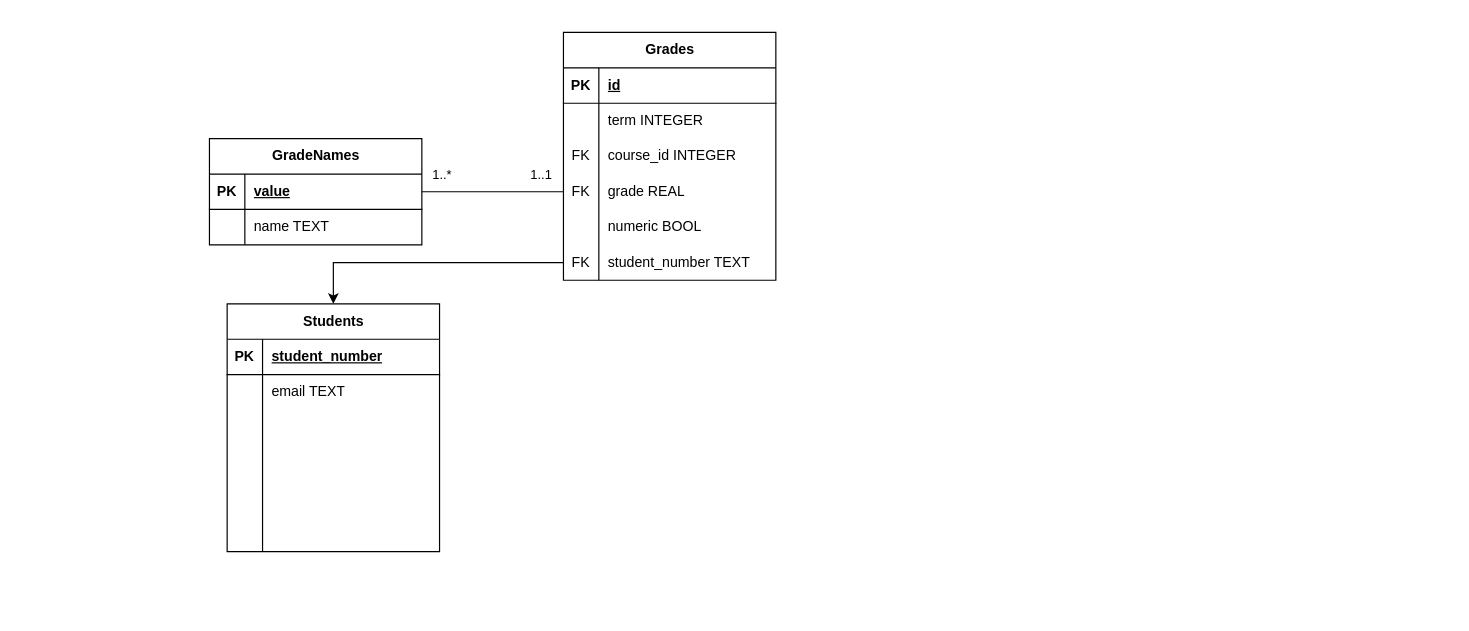
Earlier version of the draw.io diagram amis.drawio (eliedrian/amis-checklist). Source tidied: cells renumbered, new cells numbered last; positions are measured from the earlier drawing's top-left corner, leaving out a move shared by most shapes. Both pictures are drawn from the tidied source at 118%, with x=0, y=0 at pixel (209, 32).
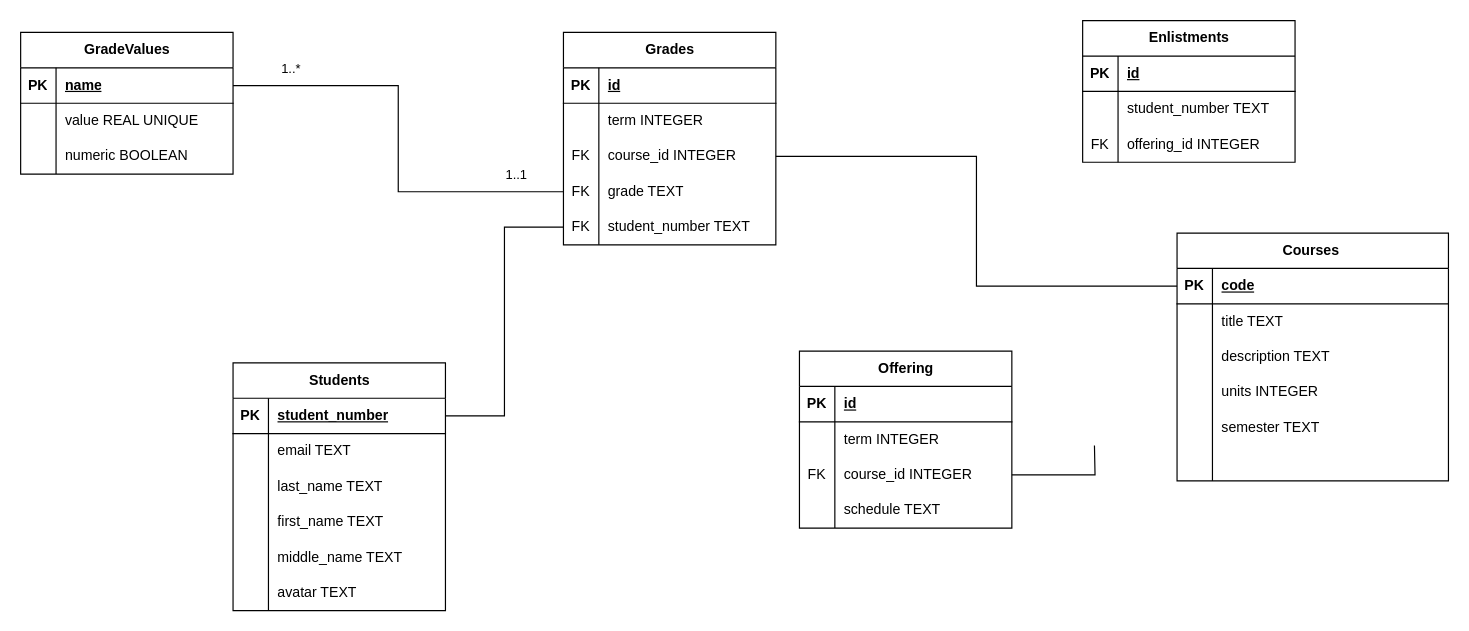
The same page after the edit.

The change refers to these unchanged cells:
```xml
<mxCell id="13" style="shape=tableRow;horizontal=0;startSize=0;swimlaneHead=0;swimlaneBody=0;fillColor=none;points=[[0,0.5],[1,0.5]];portConstraint=eastwest;top=0;left=0;right=0;bottom=0;" parent="6" vertex="1">
  <mxGeometry y="90" width="180" height="30" as="geometry" />
</mxCell>
<mxCell id="16" style="shape=tableRow;horizontal=0;startSize=0;swimlaneHead=0;swimlaneBody=0;fillColor=none;points=[[0,0.5],[1,0.5]];portConstraint=eastwest;top=0;left=0;right=0;bottom=0;" parent="6" vertex="1">
  <mxGeometry y="120" width="180" height="30" as="geometry" />
</mxCell>
<mxCell id="26" style="shape=tableRow;horizontal=0;startSize=0;swimlaneHead=0;swimlaneBody=0;fillColor=none;points=[[0,0.5],[1,0.5]];portConstraint=eastwest;top=0;left=0;right=0;bottom=1;" parent="25" vertex="1">
  <mxGeometry y="30" width="180" height="30" as="geometry" />
</mxCell>
<mxCell id="29" style="shape=tableRow;horizontal=0;startSize=0;swimlaneHead=0;swimlaneBody=0;fillColor=none;top=0;left=0;right=0;bottom=0;" parent="25" vertex="1">
  <mxGeometry y="60" width="180" height="30" as="geometry" />
</mxCell>
<mxCell id="33" style="shape=tableRow;horizontal=0;startSize=0;swimlaneHead=0;swimlaneBody=0;fillColor=none;points=[[0,0.5],[1,0.5]];portConstraint=eastwest;top=0;left=0;right=0;bottom=1;" parent="32" vertex="1">
  <mxGeometry y="30" width="180" height="30" as="geometry" />
</mxCell>
<mxCell id="39" style="shape=tableRow;horizontal=0;startSize=0;swimlaneHead=0;swimlaneBody=0;fillColor=none;top=0;left=0;right=0;bottom=0;" parent="32" vertex="1">
  <mxGeometry y="90" width="180" height="30" as="geometry" />
</mxCell>
<mxCell id="42" style="shape=tableRow;horizontal=0;startSize=0;swimlaneHead=0;swimlaneBody=0;fillColor=none;top=0;left=0;right=0;bottom=0;" parent="32" vertex="1">
  <mxGeometry y="120" width="180" height="30" as="geometry" />
</mxCell>
<mxCell id="45" style="shape=tableRow;horizontal=0;startSize=0;swimlaneHead=0;swimlaneBody=0;fillColor=none;top=0;left=0;right=0;bottom=0;" parent="32" vertex="1">
  <mxGeometry y="150" width="180" height="30" as="geometry" />
</mxCell>
<mxCell id="48" style="shape=tableRow;horizontal=0;startSize=0;swimlaneHead=0;swimlaneBody=0;fillColor=none;top=0;left=0;right=0;bottom=0;" parent="32" vertex="1">
  <mxGeometry y="180" width="180" height="30" as="geometry" />
</mxCell>
```

Diff of the diagram source:
```diff
@@
-    <mxCell id="5" style="edgeStyle=orthogonalEdgeStyle;rounded=0;jettySize=auto;html=1;" parent="1" edge="1" source="22" target="32">
+    <mxCell id="5" style="edgeStyle=orthogonalEdgeStyle;rounded=0;jettySize=auto;html=1;endArrow=none;endFill=0;" parent="1" edge="1" source="22" target="33">
       <mxGeometry relative="1" as="geometry" />
     </mxCell>
     <mxCell id="6" value="Grades" style="shape=table;startSize=30;childLayout=tableLayout;rowLines=0;fontStyle=1;align=center;html=1;" parent="1" vertex="1">
-      <mxGeometry x="300" width="180" height="210" as="geometry" />
+      <mxGeometry x="300" width="180" height="180" as="geometry" />
     </mxCell>
@@
-    <mxCell id="18" value="grade REAL" style="shape=partialRectangle;fillColor=none;top=0;left=0;bottom=0;right=0;align=left;spacingLeft=6;overflow=hidden;whiteSpace=wrap;html=1;" parent="16" vertex="1">
+    <mxCell id="18" value="grade TEXT" style="shape=partialRectangle;fillColor=none;top=0;left=0;bottom=0;right=0;align=left;spacingLeft=6;overflow=hidden;whiteSpace=wrap;html=1;" parent="16" vertex="1">
       <mxGeometry x="30" width="150" height="30" as="geometry" />
     </mxCell>
-    <mxCell id="19" style="shape=tableRow;horizontal=0;startSize=0;swimlaneHead=0;swimlaneBody=0;fillColor=none;top=0;left=0;right=0;bottom=0;" parent="6" vertex="1">
-      <mxGeometry y="150" width="180" height="30" as="geometry" />
-    </mxCell>
-    <mxCell id="20" style="shape=partialRectangle;fillColor=none;top=0;left=0;bottom=0;right=0;overflow=hidden;whiteSpace=wrap;html=1;" parent="19" vertex="1">
-      <mxGeometry width="30" height="30" as="geometry" />
-    </mxCell>
-    <mxCell id="21" value="numeric BOOL" style="shape=partialRectangle;fillColor=none;top=0;left=0;bottom=0;right=0;align=left;spacingLeft=6;overflow=hidden;whiteSpace=wrap;html=1;" parent="19" vertex="1">
-      <mxGeometry x="30" width="150" height="30" as="geometry" />
-    </mxCell>
     <mxCell id="22" style="shape=tableRow;horizontal=0;startSize=0;swimlaneHead=0;swimlaneBody=0;fillColor=none;points=[[0,0.5],[1,0.5]];portConstraint=eastwest;top=0;left=0;right=0;bottom=0;" parent="6" vertex="1">
-      <mxGeometry y="180" width="180" height="30" as="geometry" />
+      <mxGeometry y="150" width="180" height="30" as="geometry" />
     </mxCell>
@@
-    <mxCell id="25" value="GradeNames" style="shape=table;startSize=30;childLayout=tableLayout;rowLines=0;fontStyle=1;align=center;html=1;" parent="1" vertex="1">
-      <mxGeometry y="90" width="180" height="90" as="geometry" />
+    <mxCell id="25" value="GradeValues" style="shape=table;startSize=30;childLayout=tableLayout;rowLines=0;fontStyle=1;align=center;html=1;" parent="1" vertex="1">
+      <mxGeometry x="-160" width="180" height="120" as="geometry" />
     </mxCell>
@@
-    <mxCell id="28" value="value" style="shape=partialRectangle;fillColor=none;top=0;left=0;bottom=0;right=0;align=left;spacingLeft=6;fontStyle=5;overflow=hidden;whiteSpace=wrap;html=1;" parent="26" vertex="1">
+    <mxCell id="28" value="name" style="shape=partialRectangle;fillColor=none;top=0;left=0;bottom=0;right=0;align=left;spacingLeft=6;fontStyle=5;overflow=hidden;whiteSpace=wrap;html=1;" parent="26" vertex="1">
       <mxGeometry x="30" width="150" height="30" as="geometry" />
     </mxCell>
@@
-    <mxCell id="31" value="name TEXT" style="shape=partialRectangle;fillColor=none;top=0;left=0;bottom=0;right=0;align=left;spacingLeft=6;overflow=hidden;whiteSpace=wrap;html=1;" parent="29" vertex="1">
+    <mxCell id="31" value="value REAL UNIQUE" style="shape=partialRectangle;fillColor=none;top=0;left=0;bottom=0;right=0;align=left;spacingLeft=6;overflow=hidden;whiteSpace=wrap;html=1;" parent="29" vertex="1">
       <mxGeometry x="30" width="150" height="30" as="geometry" />
     </mxCell>
+    <mxCell id="51" style="shape=tableRow;horizontal=0;startSize=0;swimlaneHead=0;swimlaneBody=0;fillColor=none;top=0;left=0;right=0;bottom=0;" parent="25" vertex="1">
+      <mxGeometry y="90" width="180" height="30" as="geometry" />
+    </mxCell>
+    <mxCell id="52" style="shape=partialRectangle;fillColor=none;top=0;left=0;bottom=0;right=0;overflow=hidden;whiteSpace=wrap;html=1;" parent="51" vertex="1">
+      <mxGeometry width="30" height="30" as="geometry" />
+    </mxCell>
+    <mxCell id="53" value="numeric BOOLEAN" style="shape=partialRectangle;fillColor=none;top=0;left=0;bottom=0;right=0;align=left;spacingLeft=6;overflow=hidden;whiteSpace=wrap;html=1;" parent="51" vertex="1">
+      <mxGeometry x="30" width="150" height="30" as="geometry" />
+    </mxCell>
     <mxCell id="32" value="Students" style="shape=table;startSize=30;childLayout=tableLayout;rowLines=0;fontStyle=1;align=center;html=1;" parent="1" vertex="1">
-      <mxGeometry x="15" y="230" width="180" height="210" as="geometry" />
+      <mxGeometry x="20" y="280" width="180" height="210" as="geometry" />
     </mxCell>
@@
-    <mxCell id="41" style="shape=partialRectangle;fillColor=none;top=0;left=0;bottom=0;right=0;align=left;spacingLeft=6;overflow=hidden;whiteSpace=wrap;html=1;" parent="39" vertex="1">
+    <mxCell id="41" value="last_name TEXT" style="shape=partialRectangle;fillColor=none;top=0;left=0;bottom=0;right=0;align=left;spacingLeft=6;overflow=hidden;whiteSpace=wrap;html=1;" parent="39" vertex="1">
       <mxGeometry x="30" width="150" height="30" as="geometry" />
     </mxCell>
@@
-    <mxCell id="44" style="shape=partialRectangle;fillColor=none;top=0;left=0;bottom=0;right=0;align=left;spacingLeft=6;overflow=hidden;whiteSpace=wrap;html=1;" parent="42" vertex="1">
+    <mxCell id="44" value="first_name TEXT" style="shape=partialRectangle;fillColor=none;top=0;left=0;bottom=0;right=0;align=left;spacingLeft=6;overflow=hidden;whiteSpace=wrap;html=1;" parent="42" vertex="1">
       <mxGeometry x="30" width="150" height="30" as="geometry" />
     </mxCell>
@@
-    <mxCell id="47" style="shape=partialRectangle;fillColor=none;top=0;left=0;bottom=0;right=0;align=left;spacingLeft=6;overflow=hidden;whiteSpace=wrap;html=1;" parent="45" vertex="1">
+    <mxCell id="47" value="middle_name TEXT" style="shape=partialRectangle;fillColor=none;top=0;left=0;bottom=0;right=0;align=left;spacingLeft=6;overflow=hidden;whiteSpace=wrap;html=1;" parent="45" vertex="1">
       <mxGeometry x="30" width="150" height="30" as="geometry" />
     </mxCell>
@@
-    <mxCell id="50" style="shape=partialRectangle;fillColor=none;top=0;left=0;bottom=0;right=0;align=left;spacingLeft=6;overflow=hidden;whiteSpace=wrap;html=1;" parent="48" vertex="1">
+    <mxCell id="50" value="avatar TEXT" style="shape=partialRectangle;fillColor=none;top=0;left=0;bottom=0;right=0;align=left;spacingLeft=6;overflow=hidden;whiteSpace=wrap;html=1;" parent="48" vertex="1">
       <mxGeometry x="30" width="150" height="30" as="geometry" />
     </mxCell>
+    <mxCell id="54" value="Courses&amp;nbsp;" style="shape=table;startSize=30;childLayout=tableLayout;rowLines=0;fontStyle=1;align=center;html=1;" parent="1" vertex="1">
+      <mxGeometry x="820" y="170" width="230" height="210" as="geometry" />
+    </mxCell>
+    <mxCell id="55" style="shape=tableRow;horizontal=0;startSize=0;swimlaneHead=0;swimlaneBody=0;fillColor=none;points=[[0,0.5],[1,0.5]];portConstraint=eastwest;top=0;left=0;right=0;bottom=1;" parent="54" vertex="1">
+      <mxGeometry y="30" width="230" height="30" as="geometry" />
+    </mxCell>
+    <mxCell id="56" value="PK" style="shape=partialRectangle;fillColor=none;top=0;left=0;bottom=0;right=0;fontStyle=1;overflow=hidden;whiteSpace=wrap;html=1;" parent="55" vertex="1">
+      <mxGeometry width="30" height="30" as="geometry" />
+    </mxCell>
+    <mxCell id="57" value="code" style="shape=partialRectangle;fillColor=none;top=0;left=0;bottom=0;right=0;align=left;spacingLeft=6;fontStyle=5;overflow=hidden;whiteSpace=wrap;html=1;" parent="55" vertex="1">
+      <mxGeometry x="30" width="200" height="30" as="geometry" />
+    </mxCell>
+    <mxCell id="58" style="shape=tableRow;horizontal=0;startSize=0;swimlaneHead=0;swimlaneBody=0;fillColor=none;top=0;left=0;right=0;bottom=0;" parent="54" vertex="1">
+      <mxGeometry y="60" width="230" height="30" as="geometry" />
+    </mxCell>
+    <mxCell id="59" style="shape=partialRectangle;fillColor=none;top=0;left=0;bottom=0;right=0;overflow=hidden;whiteSpace=wrap;html=1;" parent="58" vertex="1">
+      <mxGeometry width="30" height="30" as="geometry" />
+    </mxCell>
+    <mxCell id="60" value="&lt;div&gt;title TEXT&lt;/div&gt;" style="shape=partialRectangle;fillColor=none;top=0;left=0;bottom=0;right=0;align=left;spacingLeft=6;overflow=hidden;whiteSpace=wrap;html=1;" parent="58" vertex="1">
+      <mxGeometry x="30" width="200" height="30" as="geometry" />
+    </mxCell>
+    <mxCell id="61" style="shape=tableRow;horizontal=0;startSize=0;swimlaneHead=0;swimlaneBody=0;fillColor=none;top=0;left=0;right=0;bottom=0;" parent="54" vertex="1">
+      <mxGeometry y="90" width="230" height="30" as="geometry" />
+    </mxCell>
+    <mxCell id="62" style="shape=partialRectangle;fillColor=none;top=0;left=0;bottom=0;right=0;overflow=hidden;whiteSpace=wrap;html=1;" parent="61" vertex="1">
+      <mxGeometry width="30" height="30" as="geometry" />
+    </mxCell>
+    <mxCell id="63" value="&lt;div&gt;description TEXT&lt;/div&gt;" style="shape=partialRectangle;fillColor=none;top=0;left=0;bottom=0;right=0;align=left;spacingLeft=6;overflow=hidden;whiteSpace=wrap;html=1;" parent="61" vertex="1">
+      <mxGeometry x="30" width="200" height="30" as="geometry" />
+    </mxCell>
+    <mxCell id="64" style="shape=tableRow;horizontal=0;startSize=0;swimlaneHead=0;swimlaneBody=0;fillColor=none;top=0;left=0;right=0;bottom=0;" parent="54" vertex="1">
+      <mxGeometry y="120" width="230" height="30" as="geometry" />
+    </mxCell>
+    <mxCell id="65" style="shape=partialRectangle;fillColor=none;top=0;left=0;bottom=0;right=0;overflow=hidden;whiteSpace=wrap;html=1;" parent="64" vertex="1">
+      <mxGeometry width="30" height="30" as="geometry" />
+    </mxCell>
+    <mxCell id="66" value="units INTEGER" style="shape=partialRectangle;fillColor=none;top=0;left=0;bottom=0;right=0;align=left;spacingLeft=6;overflow=hidden;whiteSpace=wrap;html=1;" parent="64" vertex="1">
+      <mxGeometry x="30" width="200" height="30" as="geometry" />
+    </mxCell>
+    <mxCell id="67" style="shape=tableRow;horizontal=0;startSize=0;swimlaneHead=0;swimlaneBody=0;fillColor=none;top=0;left=0;right=0;bottom=0;" parent="54" vertex="1">
+      <mxGeometry y="150" width="230" height="30" as="geometry" />
+    </mxCell>
+    <mxCell id="68" style="shape=partialRectangle;fillColor=none;top=0;left=0;bottom=0;right=0;overflow=hidden;whiteSpace=wrap;html=1;" parent="67" vertex="1">
+      <mxGeometry width="30" height="30" as="geometry" />
+    </mxCell>
+    <mxCell id="69" value="semester TEXT" style="shape=partialRectangle;fillColor=none;top=0;left=0;bottom=0;right=0;align=left;spacingLeft=6;overflow=hidden;whiteSpace=wrap;html=1;" parent="67" vertex="1">
+      <mxGeometry x="30" width="200" height="30" as="geometry" />
+    </mxCell>
+    <mxCell id="70" style="shape=tableRow;horizontal=0;startSize=0;swimlaneHead=0;swimlaneBody=0;fillColor=none;top=0;left=0;right=0;bottom=0;" parent="54" vertex="1">
+      <mxGeometry y="180" width="230" height="30" as="geometry" />
+    </mxCell>
+    <mxCell id="71" style="shape=partialRectangle;fillColor=none;top=0;left=0;bottom=0;right=0;overflow=hidden;whiteSpace=wrap;html=1;" parent="70" vertex="1">
+      <mxGeometry width="30" height="30" as="geometry" />
+    </mxCell>
+    <mxCell id="72" style="shape=partialRectangle;fillColor=none;top=0;left=0;bottom=0;right=0;align=left;spacingLeft=6;overflow=hidden;whiteSpace=wrap;html=1;" parent="70" vertex="1">
+      <mxGeometry x="30" width="200" height="30" as="geometry" />
+    </mxCell>
+    <mxCell id="73" value="Offering" style="shape=table;startSize=30;childLayout=tableLayout;rowLines=0;fontStyle=1;align=center;html=1;" parent="1" vertex="1">
+      <mxGeometry x="500" y="270" width="180" height="150" as="geometry" />
+    </mxCell>
+    <mxCell id="74" style="shape=tableRow;horizontal=0;startSize=0;swimlaneHead=0;swimlaneBody=0;fillColor=none;top=0;left=0;right=0;bottom=1;" parent="73" vertex="1">
+      <mxGeometry y="30" width="180" height="30" as="geometry" />
+    </mxCell>
+    <mxCell id="75" value="PK" style="shape=partialRectangle;fillColor=none;top=0;left=0;bottom=0;right=0;fontStyle=1;overflow=hidden;whiteSpace=wrap;html=1;" parent="74" vertex="1">
+      <mxGeometry width="30" height="30" as="geometry" />
+    </mxCell>
+    <mxCell id="76" value="id" style="shape=partialRectangle;fillColor=none;top=0;left=0;bottom=0;right=0;align=left;spacingLeft=6;fontStyle=5;overflow=hidden;whiteSpace=wrap;html=1;" parent="74" vertex="1">
+      <mxGeometry x="30" width="150" height="30" as="geometry" />
+    </mxCell>
+    <mxCell id="77" style="shape=tableRow;horizontal=0;startSize=0;swimlaneHead=0;swimlaneBody=0;fillColor=none;top=0;left=0;right=0;bottom=0;" parent="73" vertex="1">
+      <mxGeometry y="60" width="180" height="30" as="geometry" />
+    </mxCell>
+    <mxCell id="78" style="shape=partialRectangle;fillColor=none;top=0;left=0;bottom=0;right=0;overflow=hidden;whiteSpace=wrap;html=1;" parent="77" vertex="1">
+      <mxGeometry width="30" height="30" as="geometry" />
+    </mxCell>
+    <mxCell id="79" value="term INTEGER" style="shape=partialRectangle;fillColor=none;top=0;left=0;bottom=0;right=0;align=left;spacingLeft=6;overflow=hidden;whiteSpace=wrap;html=1;" parent="77" vertex="1">
+      <mxGeometry x="30" width="150" height="30" as="geometry" />
+    </mxCell>
+    <mxCell id="80" style="shape=tableRow;horizontal=0;startSize=0;swimlaneHead=0;swimlaneBody=0;fillColor=none;points=[[0,0.5],[1,0.5]];portConstraint=eastwest;top=0;left=0;right=0;bottom=0;" parent="73" vertex="1">
+      <mxGeometry y="90" width="180" height="30" as="geometry" />
+    </mxCell>
+    <mxCell id="81" value="FK" style="shape=partialRectangle;fillColor=none;top=0;left=0;bottom=0;right=0;overflow=hidden;whiteSpace=wrap;html=1;" parent="80" vertex="1">
+      <mxGeometry width="30" height="30" as="geometry" />
+    </mxCell>
+    <mxCell id="82" value="course_id INTEGER" style="shape=partialRectangle;fillColor=none;top=0;left=0;bottom=0;right=0;align=left;spacingLeft=6;overflow=hidden;whiteSpace=wrap;html=1;" parent="80" vertex="1">
+      <mxGeometry x="30" width="150" height="30" as="geometry" />
+    </mxCell>
+    <mxCell id="83" style="shape=tableRow;horizontal=0;startSize=0;swimlaneHead=0;swimlaneBody=0;fillColor=none;top=0;left=0;right=0;bottom=0;" parent="73" vertex="1">
+      <mxGeometry y="120" width="180" height="30" as="geometry" />
+    </mxCell>
+    <mxCell id="84" style="shape=partialRectangle;fillColor=none;top=0;left=0;bottom=0;right=0;overflow=hidden;whiteSpace=wrap;html=1;" parent="83" vertex="1">
+      <mxGeometry width="30" height="30" as="geometry" />
+    </mxCell>
+    <mxCell id="85" value="schedule TEXT" style="shape=partialRectangle;fillColor=none;top=0;left=0;bottom=0;right=0;align=left;spacingLeft=6;overflow=hidden;whiteSpace=wrap;html=1;" parent="83" vertex="1">
+      <mxGeometry x="30" width="150" height="30" as="geometry" />
+    </mxCell>
+    <mxCell id="86" style="edgeStyle=orthogonalEdgeStyle;rounded=0;jettySize=auto;html=1;endArrow=none;endFill=0;" parent="1" edge="1" source="13" target="55">
+      <mxGeometry relative="1" as="geometry" />
+    </mxCell>
+    <mxCell id="87" style="edgeStyle=orthogonalEdgeStyle;rounded=0;jettySize=auto;html=1;exitX=1;exitY=0.5;exitDx=0;exitDy=0;endArrow=none;endFill=0;" parent="1" edge="1" source="80">
+      <mxGeometry relative="1" as="geometry">
+        <mxPoint x="750" y="350" as="targetPoint" />
+      </mxGeometry>
+    </mxCell>
+    <mxCell id="88" value="Enlistments" style="shape=table;startSize=30;childLayout=tableLayout;rowLines=0;fontStyle=1;align=center;html=1;" parent="1" vertex="1">
+      <mxGeometry x="740" y="-10" width="180" height="120" as="geometry" />
+    </mxCell>
+    <mxCell id="89" style="shape=tableRow;horizontal=0;startSize=0;swimlaneHead=0;swimlaneBody=0;fillColor=none;top=0;left=0;right=0;bottom=1;" parent="88" vertex="1">
+      <mxGeometry y="30" width="180" height="30" as="geometry" />
+    </mxCell>
+    <mxCell id="90" value="PK" style="shape=partialRectangle;fillColor=none;top=0;left=0;bottom=0;right=0;fontStyle=1;overflow=hidden;whiteSpace=wrap;html=1;" parent="89" vertex="1">
+      <mxGeometry width="30" height="30" as="geometry" />
+    </mxCell>
+    <mxCell id="91" value="id" style="shape=partialRectangle;fillColor=none;top=0;left=0;bottom=0;right=0;align=left;spacingLeft=6;fontStyle=5;overflow=hidden;whiteSpace=wrap;html=1;" parent="89" vertex="1">
+      <mxGeometry x="30" width="150" height="30" as="geometry" />
+    </mxCell>
+    <mxCell id="92" style="shape=tableRow;horizontal=0;startSize=0;swimlaneHead=0;swimlaneBody=0;fillColor=none;top=0;left=0;right=0;bottom=0;" parent="88" vertex="1">
+      <mxGeometry y="60" width="180" height="30" as="geometry" />
+    </mxCell>
+    <mxCell id="93" style="shape=partialRectangle;fillColor=none;top=0;left=0;bottom=0;right=0;overflow=hidden;whiteSpace=wrap;html=1;" parent="92" vertex="1">
+      <mxGeometry width="30" height="30" as="geometry" />
+    </mxCell>
+    <mxCell id="94" value="student_number TEXT" style="shape=partialRectangle;fillColor=none;top=0;left=0;bottom=0;right=0;align=left;spacingLeft=6;overflow=hidden;whiteSpace=wrap;html=1;" parent="92" vertex="1">
+      <mxGeometry x="30" width="150" height="30" as="geometry" />
+    </mxCell>
+    <mxCell id="95" style="shape=tableRow;horizontal=0;startSize=0;swimlaneHead=0;swimlaneBody=0;fillColor=none;top=0;left=0;right=0;bottom=0;" parent="88" vertex="1">
+      <mxGeometry y="90" width="180" height="30" as="geometry" />
+    </mxCell>
+    <mxCell id="96" value="FK" style="shape=partialRectangle;fillColor=none;top=0;left=0;bottom=0;right=0;overflow=hidden;whiteSpace=wrap;html=1;" parent="95" vertex="1">
+      <mxGeometry width="30" height="30" as="geometry" />
+    </mxCell>
+    <mxCell id="97" value="offering_id INTEGER" style="shape=partialRectangle;fillColor=none;top=0;left=0;bottom=0;right=0;align=left;spacingLeft=6;overflow=hidden;whiteSpace=wrap;html=1;" parent="95" vertex="1">
+      <mxGeometry x="30" width="150" height="30" as="geometry" />
+    </mxCell>
```
